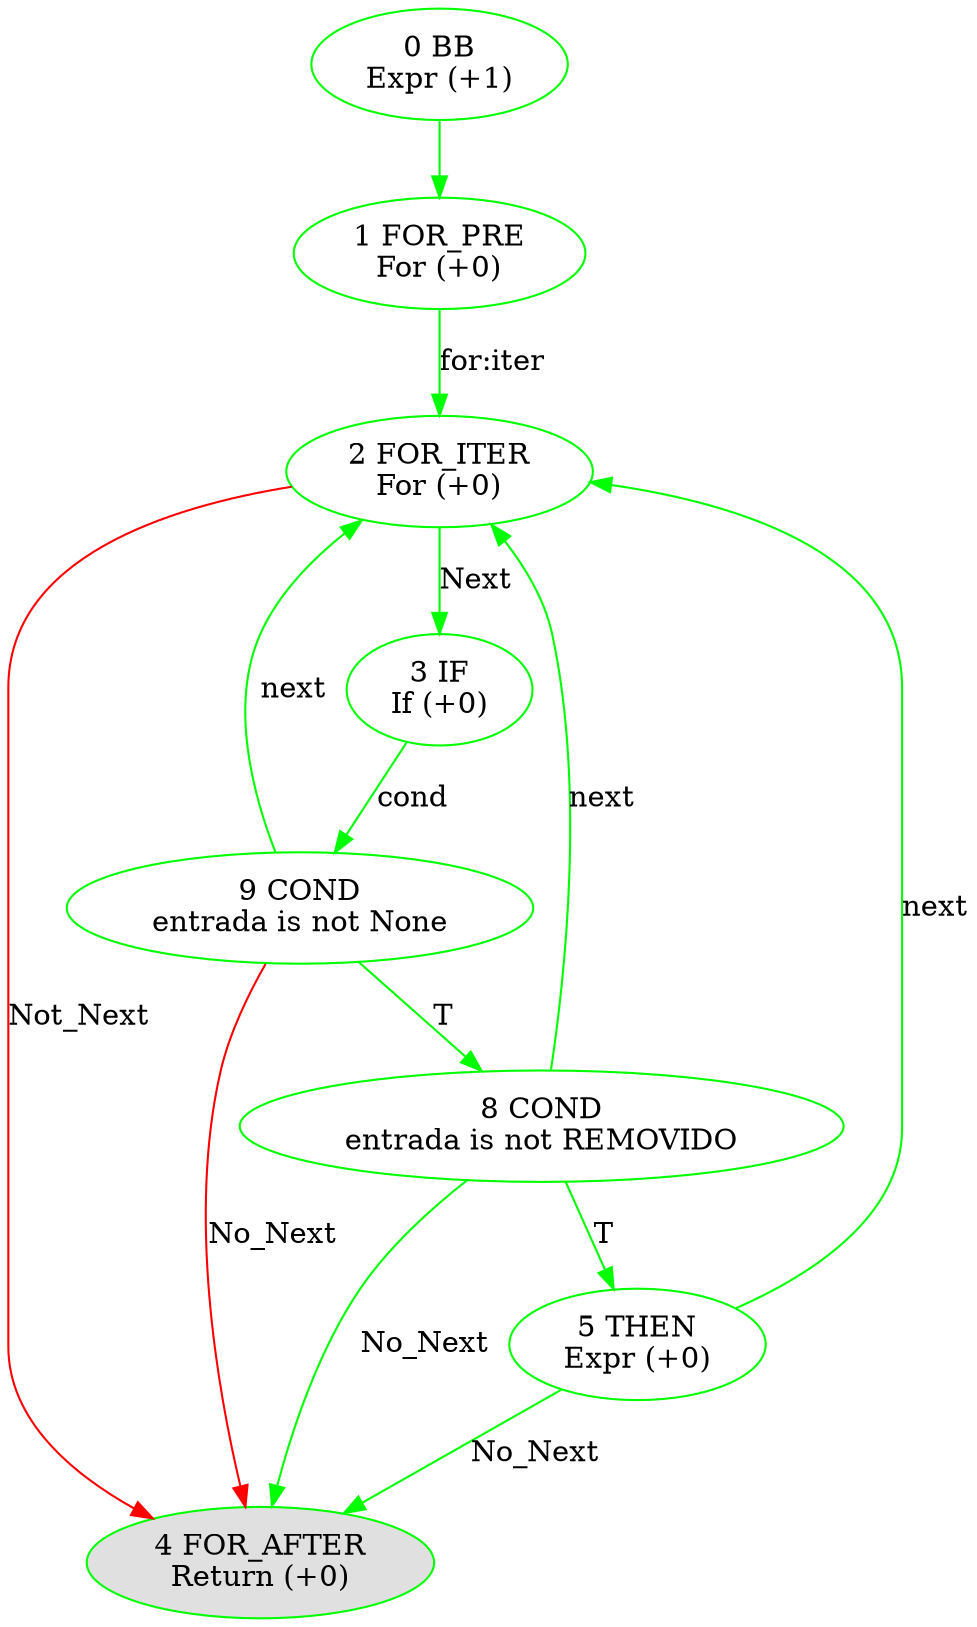
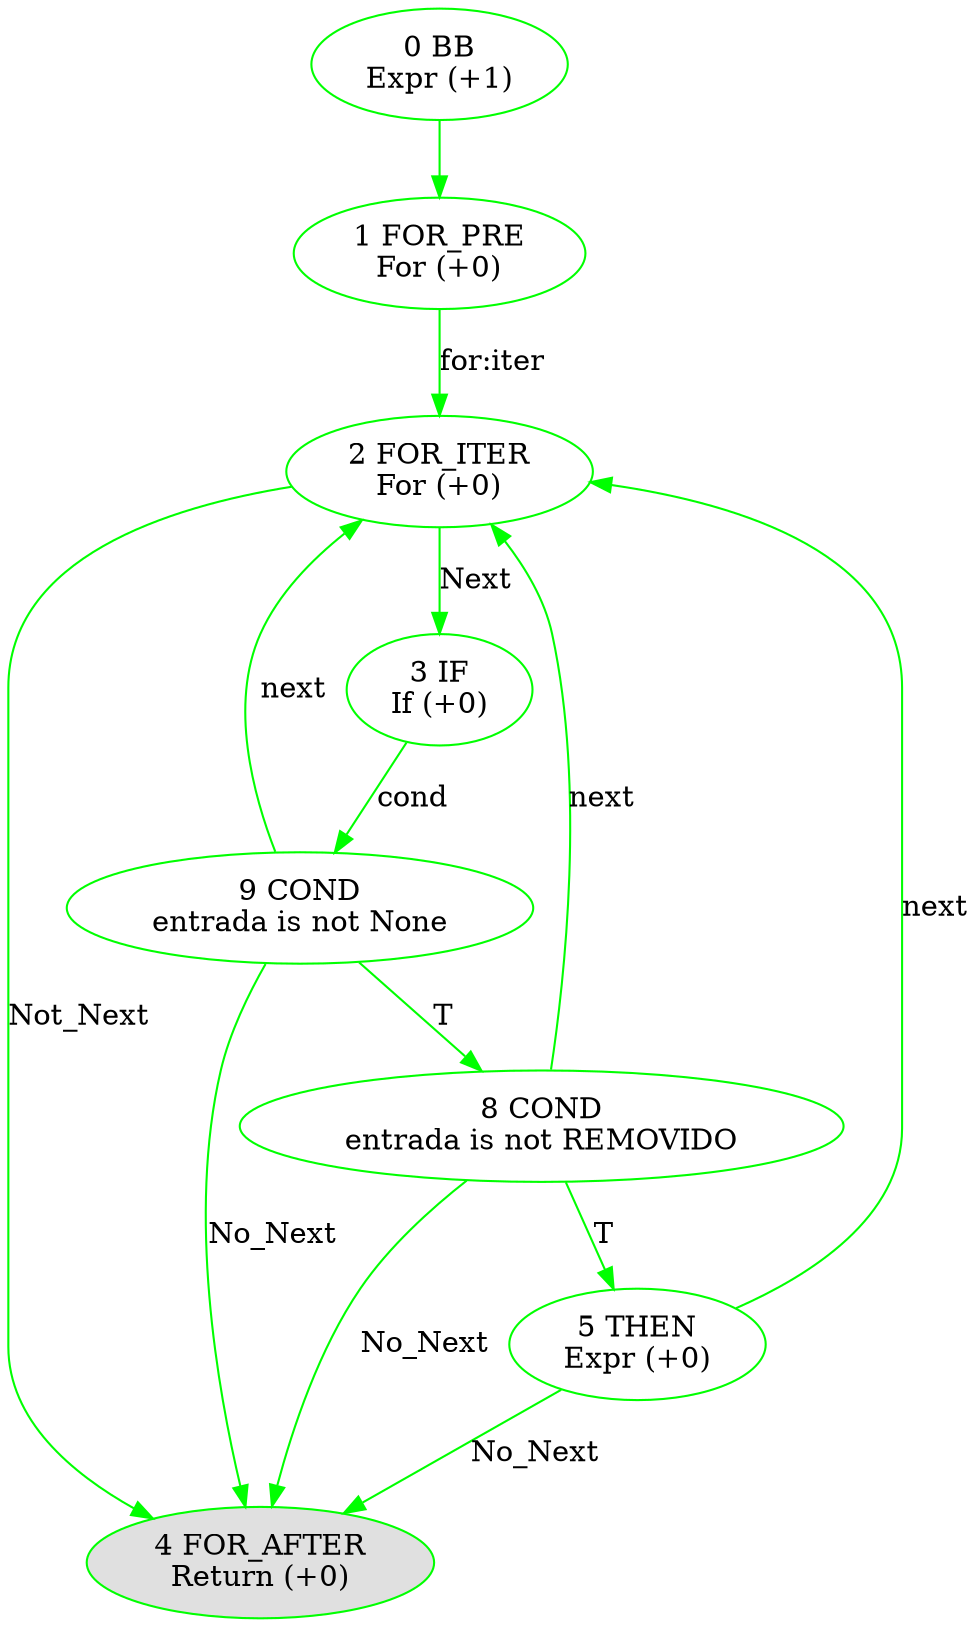
digraph {
0 [tooltip="\'\n        Devolve uma lista com todos os valores presentes na tabela.\n        \'
resultado = []
",color=green,label="0 BB
Expr (+1)"]
1 [tooltip="for entrada in self.tabela:
    if entrada is not None and entrada is not REMOVIDO:
        resultado.append(entrada[1])
",color=green,label="1 FOR_PRE
For (+0)"]
2 [tooltip="",color=green,label="2 FOR_ITER
For (+0)"]
3 [tooltip="if entrada is not None and entrada is not REMOVIDO:
    resultado.append(entrada[1])
",color=green,label="3 IF
If (+0)"]
4 [tooltip="return resultado
",color=green,style=filled, fillcolor="#E0E0E0", label="4 FOR_AFTER
Return (+0)"]
5 [tooltip="resultado.append(entrada[1])
",color=green,label="5 THEN
Expr (+0)"]
8  [tooltip="entrada is not REMOVIDO",color=green,label="8 COND
entrada is not REMOVIDO"]
9  [tooltip="entrada is not None",color=green,label="9 COND
entrada is not None"]
0 -> 1 [label="",color=green]
1 -> 2 [label="for:iter",color=green]
2 -> 3 [label="Next",color=green]
8 -> 5 [label="T",color=green]
9 -> 8 [label="T",color=green]
3 -> 9 [label="cond",color=green]
- 2 -> 4 [label="Not_Next",color=red]
+ 2 -> 4 [label="Not_Next",color=green]
5 -> 2 [label="next",color=green]
5 -> 4 [label="No_Next",color=green]
8 -> 2 [label="next",color=green]
8 -> 4 [label="No_Next",color=green]
9 -> 2 [label="next",color=green]
- 9 -> 4 [label="No_Next",color=red]
+ 9 -> 4 [label="No_Next",color=green]
}
